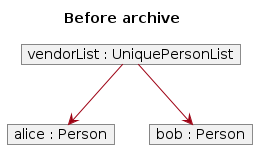
This is diagrams/ArchiveState0.png from jolenechong/tp, a PlantUML export, as it was before one commit. Its source is kept beside it as diagrams/ArchiveState0.puml. Source of this version:
```plantuml
@startuml
!include style.puml
skinparam ClassBorderColor MODEL_COLOR
skinparam ClassBackgroundColor MODEL_COLOR_T1
skinparam ArrowColor MODEL_COLOR

title Before archive

object "vendorList : UniquePersonList" as list {
}

object "alice : Person" as alice {
  name = "Alice"
  email = "alice@example.com"
  tags = []
}

object "bob : Person" as bob {
  name = "Bob"
  email = "bob@example.com"
  tags = []
}

list --> alice
list --> bob
@enduml
```
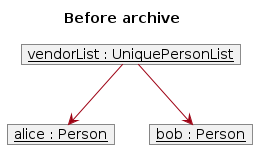
The same file after the commit.

Change to the diagram source:
```diff
@@ -6,18 +6,18 @@
 
 title Before archive
 
-object "vendorList : UniquePersonList" as list {
+object "<u>vendorList : UniquePersonList</u>" as list {
 }
 
-object "alice : Person" as alice {
+object "<u>alice : Person</u>" as alice {
   name = "Alice"
-  email = "alice@example.com"
+  email = alice@example.com
   tags = []
 }
 
-object "bob : Person" as bob {
+object "<u>bob : Person</u>" as bob {
   name = "Bob"
-  email = "bob@example.com"
+  email = bob@example.com
   tags = []
 }
 
```
